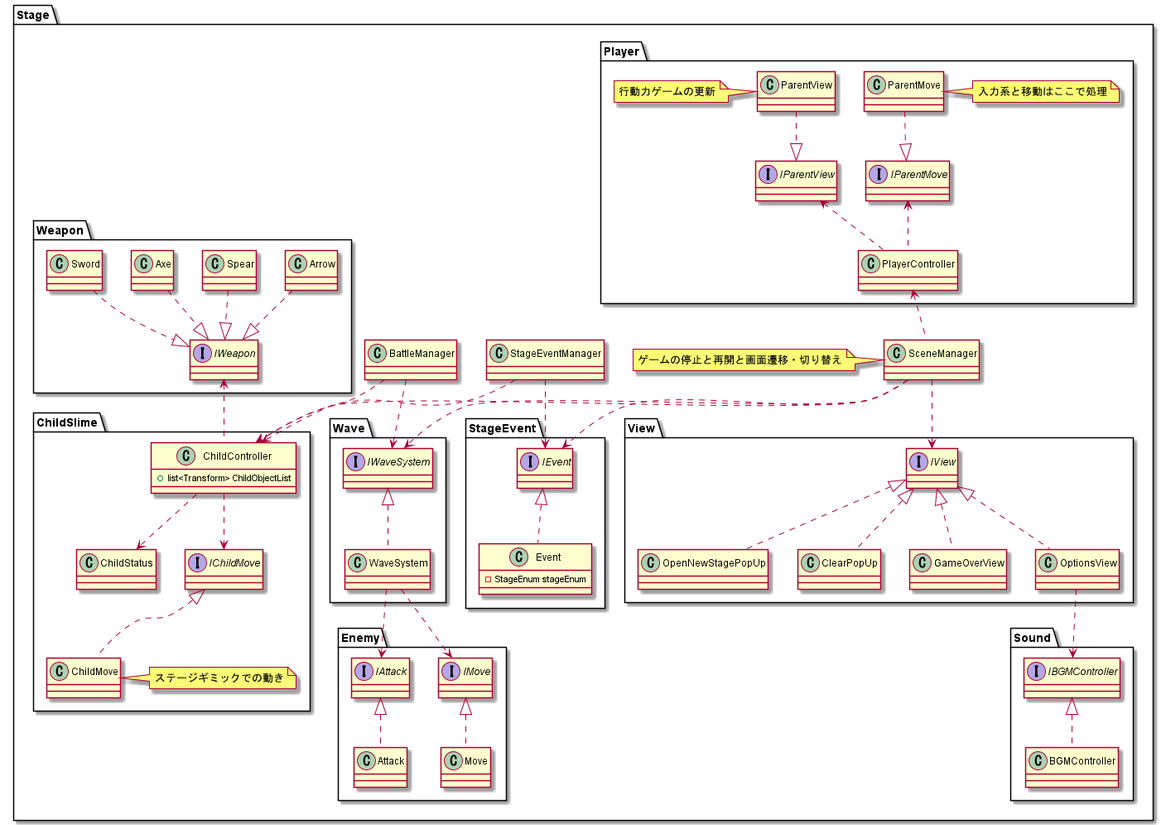
Before: Assets/_SlimeCatch/Docs/Stage.png, a diagram exported from PlantUML (RiseManagement/SlimeCatch).
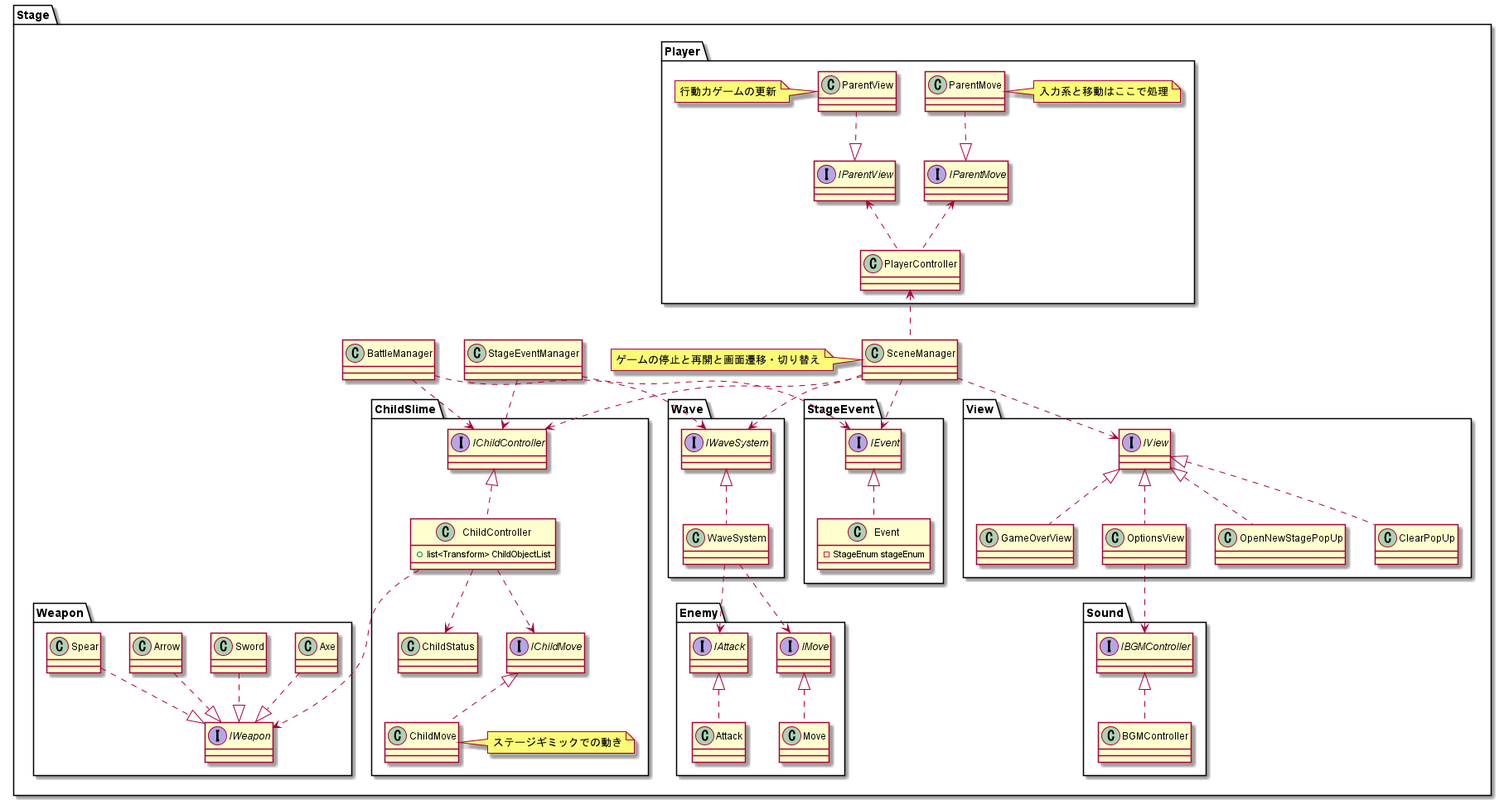
After the change.

What changed in the source:
```diff
@@ -54,10 +54,12 @@
         class ChildController{
             + list<Transform> ChildObjectList
         }
+        interface IChildController
 
         IChildMove <|.. ChildMove
         ChildController ..> IChildMove
         ChildController ..> ChildStatus
+        IChildController <|.. ChildController
     }
 
 
@@ -93,21 +95,23 @@
 
 
     namespace Weapon{
-        interface IWeapon
+        interface IWeapon{
+
+        }
         class Axe
         class Sword
         class Arrow
         class Spear
 
-        Spear .down.|> IWeapon
-        Axe .down.|> IWeapon
-        Sword .down.|> IWeapon
-        Arrow .down.|> IWeapon
+        Spear ..|> IWeapon
+        Axe ..|> IWeapon
+        Sword ..|> IWeapon
+        Arrow ..|> IWeapon
 
     }
 
     Stage.View.OptionsView ..> Stage.Sound.IBGMController
-    Stage.ChildSlime.ChildController .up.> Stage.Weapon.IWeapon
+    Stage.ChildSlime.ChildController ...> Stage.Weapon.IWeapon
 
 
     class SceneManager
@@ -117,16 +121,16 @@
     SceneManager ..> Stage.Wave.IWaveSystem
     SceneManager ..> Stage.View.IView
     SceneManager .up.> Stage.Player.PlayerController
-    SceneManager ..> Stage.ChildSlime.ChildController
+    SceneManager ..> Stage.ChildSlime.IChildController
     SceneManager ..> Stage.StageEvent.IEvent
 
 
     class StageEventManager
     StageEventManager ..> Stage.StageEvent.IEvent
-    StageEventManager ..> Stage.ChildSlime.ChildController
+    StageEventManager ..> Stage.ChildSlime.IChildController
 
     class BattleManager
-    BattleManager ..> Stage.ChildSlime.ChildController
+    BattleManager ..> Stage.ChildSlime.IChildController
     BattleManager ..> Stage.Wave.IWaveSystem
 }
 @enduml
```
